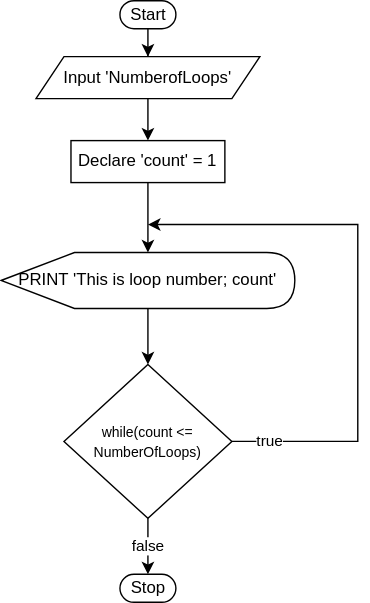
amydevs/php-assignments keeps this draw.io diagram as 5posttest/drawio/diagram2.drawio.svg. Above is the earlier version. Source tidied: cells renumbered, new cells last; positions are measured from the earlier drawing's top-left corner, leaving out a move shared by most shapes. Its diagram source:
```xml
<mxGraphModel>
  <root>
    <mxCell id="0" />
    <mxCell id="1" parent="0" />
    <mxCell id="2" style="edgeStyle=orthogonalEdgeStyle;rounded=0;jettySize=auto;html=1;" parent="1" edge="1" source="3" target="13">
      <mxGeometry relative="1" as="geometry" />
    </mxCell>
    <mxCell id="3" value="Start" style="html=1;dashed=0;whitespace=wrap;shape=mxgraph.dfd.start;" parent="1" vertex="1">
      <mxGeometry x="85" width="40" height="20" as="geometry" />
    </mxCell>
    <mxCell id="4" value="false" style="edgeStyle=orthogonalEdgeStyle;rounded=0;jettySize=auto;html=1;exitX=0.5;exitY=1;exitDx=0;exitDy=0;entryX=0.5;entryY=0.5;entryDx=0;entryDy=-10;entryPerimeter=0;" parent="1" edge="1" source="6" target="7">
      <mxGeometry relative="1" as="geometry" />
    </mxCell>
    <mxCell id="5" value="true" style="edgeStyle=orthogonalEdgeStyle;rounded=0;jettySize=auto;html=1;exitX=1;exitY=0.5;exitDx=0;exitDy=0;" parent="1" edge="1" source="6">
      <mxGeometry x="-0.86" relative="1" as="geometry">
        <mxPoint x="105" y="160" as="targetPoint" />
        <Array as="points">
          <mxPoint x="255" y="315" />
          <mxPoint x="255" y="160" />
          <mxPoint x="145" y="160" />
        </Array>
      </mxGeometry>
    </mxCell>
    <mxCell id="6" value="&lt;font style=&quot;font-size: 10px&quot;&gt;while(count &amp;lt;= NumberOfLoops)&lt;/font&gt;" style="rhombus;whiteSpace=wrap;html=1;" parent="1" vertex="1">
      <mxGeometry x="45" y="260" width="120" height="110" as="geometry" />
    </mxCell>
    <mxCell id="7" value="Stop" style="html=1;dashed=0;whitespace=wrap;shape=mxgraph.dfd.start;" parent="1" vertex="1">
      <mxGeometry x="85" y="410" width="40" height="20" as="geometry" />
    </mxCell>
    <mxCell id="8" style="edgeStyle=orthogonalEdgeStyle;rounded=0;jettySize=auto;html=1;" parent="1" edge="1" source="9" target="11">
      <mxGeometry relative="1" as="geometry" />
    </mxCell>
    <mxCell id="9" value="Declare 'count' = 1&amp;nbsp;" style="rounded=0;whiteSpace=wrap;html=1;" parent="1" vertex="1">
      <mxGeometry x="50" y="100" width="110" height="30" as="geometry" />
    </mxCell>
    <mxCell id="10" style="edgeStyle=orthogonalEdgeStyle;rounded=0;jettySize=auto;html=1;" parent="1" edge="1" source="11" target="6">
      <mxGeometry relative="1" as="geometry" />
    </mxCell>
    <mxCell id="11" value="PRINT 'This is loop number; count'" style="shape=display;whiteSpace=wrap;html=1;" parent="1" vertex="1">
      <mxGeometry y="180" width="210" height="40" as="geometry" />
    </mxCell>
    <mxCell id="12" style="edgeStyle=orthogonalEdgeStyle;rounded=0;jettySize=auto;html=1;exitX=0.5;exitY=1;exitDx=0;exitDy=0;entryX=0.5;entryY=0;entryDx=0;entryDy=0;" parent="1" edge="1" source="13" target="9">
      <mxGeometry relative="1" as="geometry" />
    </mxCell>
    <mxCell id="13" value="Input 'NumberofLoops'" style="shape=parallelogram;perimeter=parallelogramPerimeter;whiteSpace=wrap;html=1;fixedSize=1;" parent="1" vertex="1">
      <mxGeometry x="25" y="40" width="160" height="30" as="geometry" />
    </mxCell>
  </root>
</mxGraphModel>
```
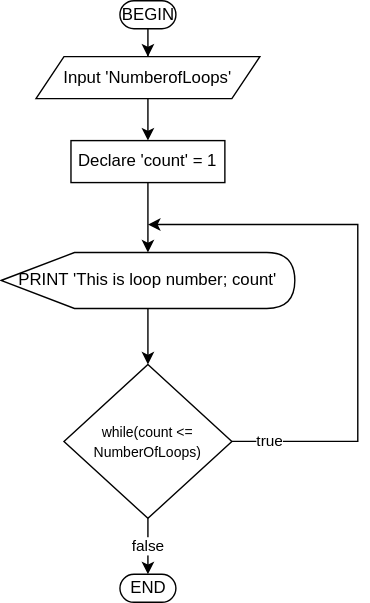
Above is the later version.

What changed in the source:
```diff
@@ -5,7 +5,7 @@
     <mxCell id="2" style="edgeStyle=orthogonalEdgeStyle;rounded=0;jettySize=auto;html=1;" parent="1" edge="1" source="3" target="13">
       <mxGeometry relative="1" as="geometry" />
     </mxCell>
-    <mxCell id="3" value="Start" style="html=1;dashed=0;whitespace=wrap;shape=mxgraph.dfd.start;" parent="1" vertex="1">
+    <mxCell id="3" value="BEGIN" style="html=1;dashed=0;whitespace=wrap;shape=mxgraph.dfd.start;" parent="1" vertex="1">
       <mxGeometry x="85" width="40" height="20" as="geometry" />
     </mxCell>
     <mxCell id="4" value="false" style="edgeStyle=orthogonalEdgeStyle;rounded=0;jettySize=auto;html=1;exitX=0.5;exitY=1;exitDx=0;exitDy=0;entryX=0.5;entryY=0.5;entryDx=0;entryDy=-10;entryPerimeter=0;" parent="1" edge="1" source="6" target="7">
@@ -24,7 +24,7 @@
     <mxCell id="6" value="&lt;font style=&quot;font-size: 10px&quot;&gt;while(count &amp;lt;= NumberOfLoops)&lt;/font&gt;" style="rhombus;whiteSpace=wrap;html=1;" parent="1" vertex="1">
       <mxGeometry x="45" y="260" width="120" height="110" as="geometry" />
     </mxCell>
-    <mxCell id="7" value="Stop" style="html=1;dashed=0;whitespace=wrap;shape=mxgraph.dfd.start;" parent="1" vertex="1">
+    <mxCell id="7" value="END" style="html=1;dashed=0;whitespace=wrap;shape=mxgraph.dfd.start;" parent="1" vertex="1">
       <mxGeometry x="85" y="410" width="40" height="20" as="geometry" />
     </mxCell>
     <mxCell id="8" style="edgeStyle=orthogonalEdgeStyle;rounded=0;jettySize=auto;html=1;" parent="1" edge="1" source="9" target="11">
```
